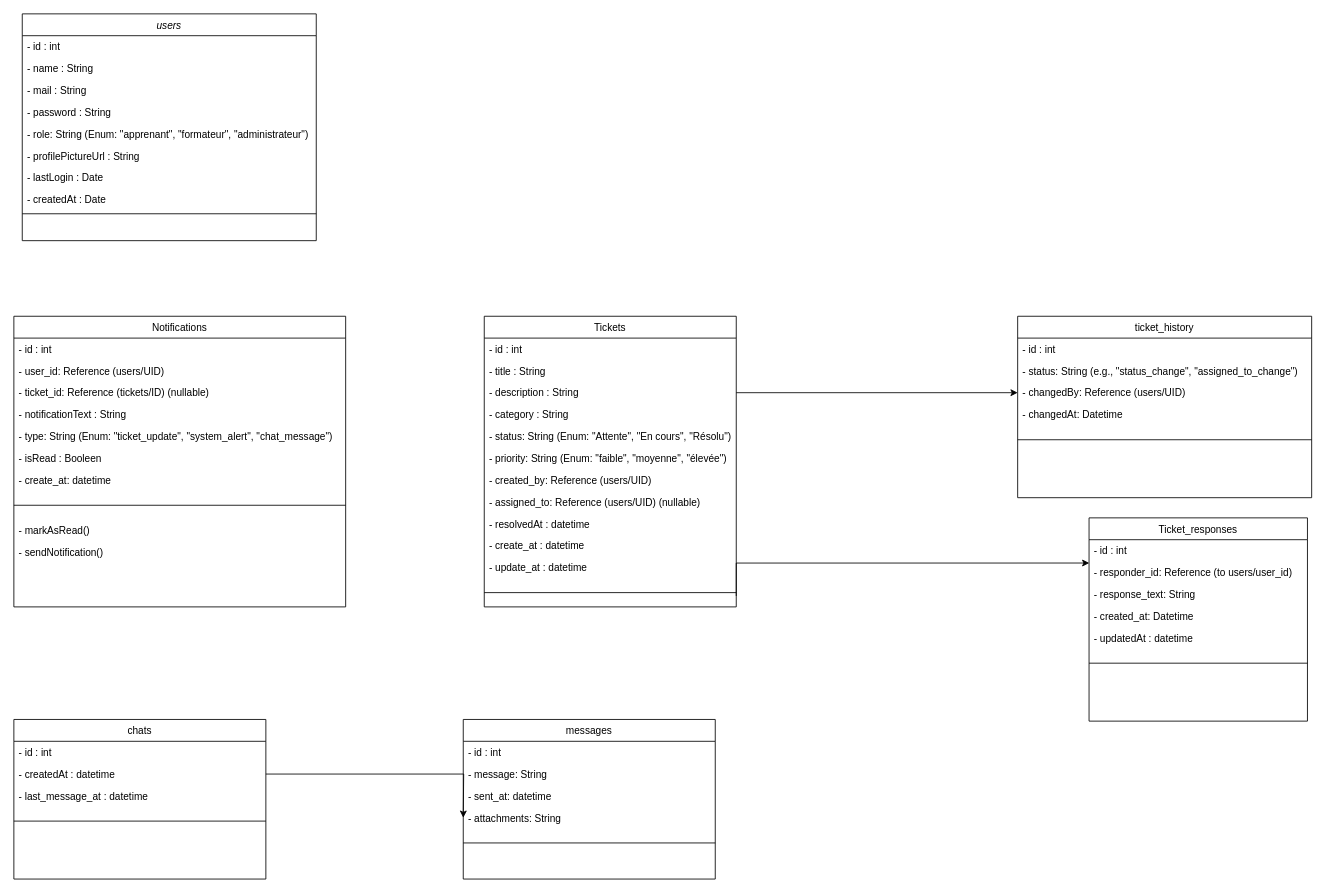
This is page "Classe" (5 of 5) of learnandconnect.drawio from reyptz/learnandconnectUML, a draw.io file, before an edit. Source tidied: cells renumbered, new cells numbered last; positions are measured from the earlier drawing's top-left corner, leaving out a move shared by most shapes. Both pictures are drawn from the tidied source at 84%, with x=0, y=0 at pixel (13, 13).
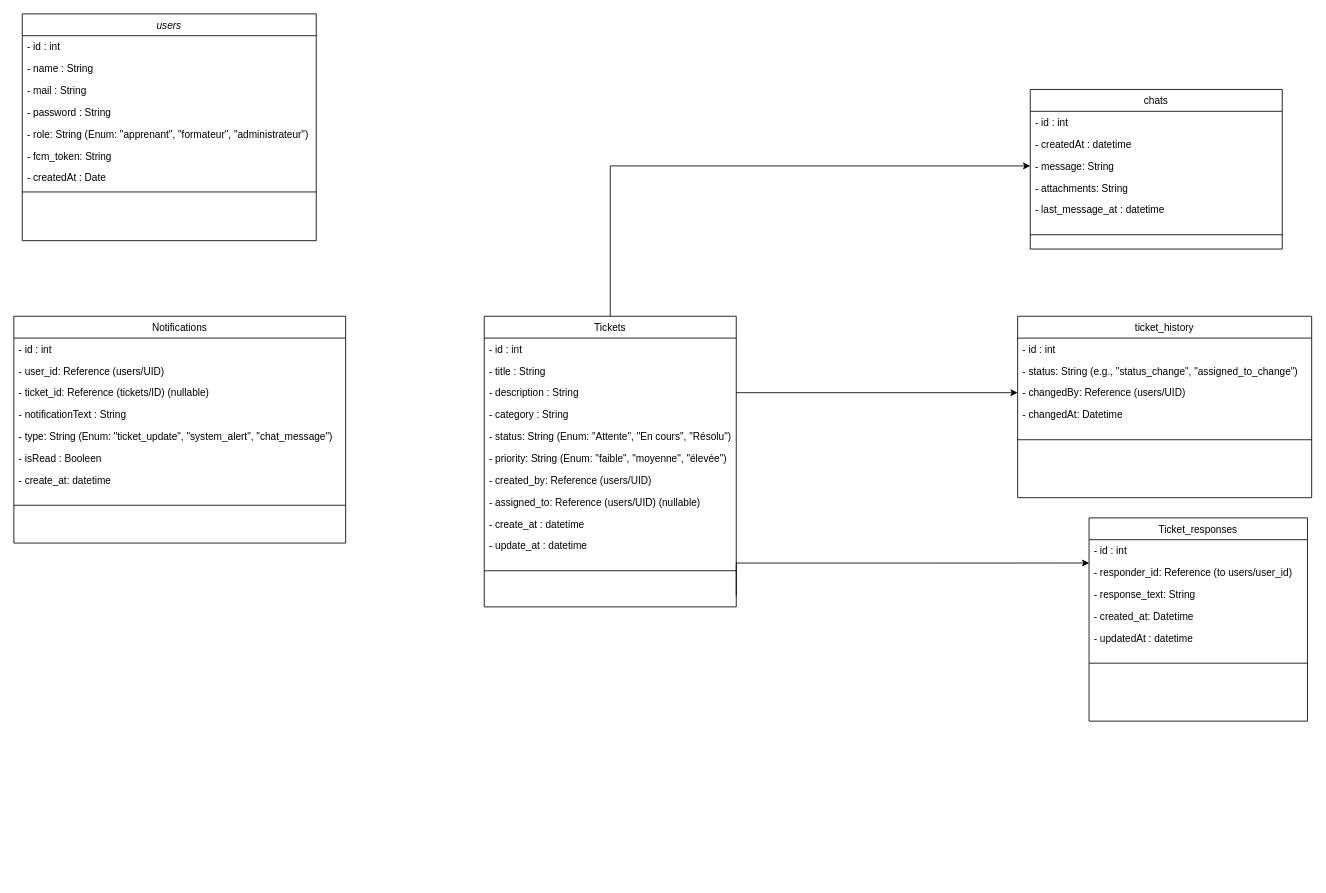
After the change.

Unchanged cells that the change refers to:
```xml
<mxCell id="2" value="users" style="swimlane;fontStyle=2;align=center;verticalAlign=top;horizontal=1;startSize=26;rounded=0;shadow=0;strokeWidth=1;" parent="1" vertex="1">
  <mxGeometry x="10" width="350" height="270" as="geometry" />
</mxCell>
<mxCell id="12" value="Tickets" style="swimlane;fontStyle=0;align=center;verticalAlign=top;horizontal=1;startSize=26;rounded=0;shadow=0;strokeWidth=1;" parent="1" vertex="1">
  <mxGeometry x="560" y="360" width="300" height="346" as="geometry" />
</mxCell>
<mxCell id="44" value="- createdAt : datetime" style="text;align=left;verticalAlign=top;spacingLeft=4;spacingRight=4;overflow=hidden;points=[[0,0.5],[1,0.5]];portConstraint=eastwest;rounded=0;shadow=0;html=0;" parent="42" vertex="1">
  <mxGeometry y="52" width="300" height="26" as="geometry" />
</mxCell>
```

Change to the diagram source:
```diff
@@
-    <mxCell id="8" value="- profilePictureUrl : String" style="text;align=left;verticalAlign=top;spacingLeft=4;spacingRight=4;overflow=hidden;rounded=0;shadow=0;html=0;" parent="2" vertex="1">
-      <mxGeometry y="156" width="350" height="26" as="geometry" />
-    </mxCell>
-    <mxCell id="9" value="- lastLogin : Date" style="text;align=left;verticalAlign=top;spacingLeft=4;spacingRight=4;overflow=hidden;rounded=0;shadow=0;html=0;" parent="2" vertex="1">
-      <mxGeometry y="182" width="350" height="26" as="geometry" />
+    <mxCell id="9" value="- fcm_token: String" style="text;align=left;verticalAlign=top;spacingLeft=4;spacingRight=4;overflow=hidden;rounded=0;shadow=0;html=0;" parent="2" vertex="1">
+      <mxGeometry y="156" width="350" height="26" as="geometry" />
     </mxCell>
     <mxCell id="10" value="- createdAt : Date" style="text;align=left;verticalAlign=top;spacingLeft=4;spacingRight=4;overflow=hidden;rounded=0;shadow=0;html=0;" parent="2" vertex="1">
-      <mxGeometry y="208" width="350" height="26" as="geometry" />
+      <mxGeometry y="182" width="350" height="26" as="geometry" />
     </mxCell>
     <mxCell id="11" style="line;html=1;strokeWidth=1;align=left;verticalAlign=middle;spacingTop=-1;spacingLeft=3;spacingRight=3;labelPosition=right;" parent="2" vertex="1">
-      <mxGeometry y="234" width="350" height="8" as="geometry" />
+      <mxGeometry y="208" width="350" height="8" as="geometry" />
     </mxCell>
+    <mxCell id="63" style="edgeStyle=orthogonalEdgeStyle;rounded=0;jettySize=auto;html=1;entryX=0;entryY=0.5;entryDx=0;entryDy=0;" parent="1" edge="1" source="12" target="49">
+      <mxGeometry relative="1" as="geometry" />
+    </mxCell>
@@
-    <mxCell id="21" value="- resolvedAt : datetime" style="text;align=left;verticalAlign=top;spacingLeft=4;spacingRight=4;overflow=hidden;rounded=0;shadow=0;html=0;" parent="12" vertex="1">
-      <mxGeometry y="234" width="300" height="26" as="geometry" />
-    </mxCell>
     <mxCell id="22" value="- create_at : datetime" style="text;align=left;verticalAlign=top;spacingLeft=4;spacingRight=4;overflow=hidden;rounded=0;shadow=0;html=0;" parent="12" vertex="1">
-      <mxGeometry y="260" width="300" height="26" as="geometry" />
+      <mxGeometry y="234" width="300" height="26" as="geometry" />
     </mxCell>
     <mxCell id="23" value="- update_at : datetime" style="text;align=left;verticalAlign=top;spacingLeft=4;spacingRight=4;overflow=hidden;rounded=0;shadow=0;html=0;" parent="12" vertex="1">
-      <mxGeometry y="286" width="300" height="26" as="geometry" />
+      <mxGeometry y="260" width="300" height="26" as="geometry" />
     </mxCell>
     <mxCell id="24" style="line;html=1;strokeWidth=1;align=left;verticalAlign=middle;spacingTop=-1;spacingLeft=3;spacingRight=3;labelPosition=right;" parent="12" vertex="1">
-      <mxGeometry y="312" width="300" height="34" as="geometry" />
+      <mxGeometry y="286" width="300" height="34" as="geometry" />
     </mxCell>
@@
     <mxCell id="31" value="Notifications" style="swimlane;fontStyle=0;align=center;verticalAlign=top;horizontal=1;startSize=26;rounded=0;shadow=0;strokeWidth=1;" parent="1" vertex="1">
-      <mxGeometry y="360" width="395" height="346" as="geometry" />
+      <mxGeometry y="360" width="395" height="270" as="geometry" />
     </mxCell>
@@
-    <mxCell id="40" value="- markAsRead()" style="text;align=left;verticalAlign=top;spacingLeft=4;spacingRight=4;overflow=hidden;rounded=0;shadow=0;html=0;" parent="31" vertex="1">
-      <mxGeometry y="242" width="395" height="26" as="geometry" />
-    </mxCell>
-    <mxCell id="41" value="- sendNotification()" style="text;align=left;verticalAlign=top;spacingLeft=4;spacingRight=4;overflow=hidden;rounded=0;shadow=0;html=0;" parent="31" vertex="1">
-      <mxGeometry y="268" width="395" height="26" as="geometry" />
-    </mxCell>
     <mxCell id="42" value="chats" style="swimlane;fontStyle=0;align=center;verticalAlign=top;horizontal=1;startSize=26;rounded=0;shadow=0;strokeWidth=1;" parent="1" vertex="1">
-      <mxGeometry y="840" width="300" height="190" as="geometry" />
+      <mxGeometry x="1210" y="90" width="300" height="190" as="geometry" />
     </mxCell>
@@
+    <mxCell id="49" value="- message: String" style="text;align=left;verticalAlign=top;spacingLeft=4;spacingRight=4;overflow=hidden;points=[[0,0.5],[1,0.5]];portConstraint=eastwest;rounded=0;shadow=0;html=0;" parent="42" vertex="1">
+      <mxGeometry y="78" width="300" height="26" as="geometry" />
+    </mxCell>
+    <mxCell id="51" value="- attachments: String" style="text;align=left;verticalAlign=top;spacingLeft=4;spacingRight=4;overflow=hidden;rounded=0;shadow=0;html=0;" parent="42" vertex="1">
+      <mxGeometry y="104" width="300" height="26" as="geometry" />
+    </mxCell>
     <mxCell id="45" value="- last_message_at : datetime" style="text;align=left;verticalAlign=top;spacingLeft=4;spacingRight=4;overflow=hidden;rounded=0;shadow=0;html=0;" parent="42" vertex="1">
-      <mxGeometry y="78" width="300" height="26" as="geometry" />
+      <mxGeometry y="130" width="300" height="26" as="geometry" />
     </mxCell>
     <mxCell id="46" style="line;html=1;strokeWidth=1;align=left;verticalAlign=middle;spacingTop=-1;spacingLeft=3;spacingRight=3;labelPosition=right;" parent="42" vertex="1">
-      <mxGeometry y="104" width="300" height="34" as="geometry" />
+      <mxGeometry y="156" width="300" height="34" as="geometry" />
     </mxCell>
-    <mxCell id="47" value="messages" style="swimlane;fontStyle=0;align=center;verticalAlign=top;horizontal=1;startSize=26;rounded=0;shadow=0;strokeWidth=1;" parent="1" vertex="1">
-      <mxGeometry x="535" y="840" width="300" height="190" as="geometry" />
-    </mxCell>
-    <mxCell id="48" value="- id : int" style="text;align=left;verticalAlign=top;spacingLeft=4;spacingRight=4;overflow=hidden;" parent="47" vertex="1">
-      <mxGeometry y="26" width="300" height="26" as="geometry" />
-    </mxCell>
-    <mxCell id="49" value="- message: String" style="text;align=left;verticalAlign=top;spacingLeft=4;spacingRight=4;overflow=hidden;points=[[0,0.5],[1,0.5]];portConstraint=eastwest;rounded=0;shadow=0;html=0;" parent="47" vertex="1">
-      <mxGeometry y="52" width="300" height="26" as="geometry" />
-    </mxCell>
-    <mxCell id="50" value="- sent_at: datetime" style="text;align=left;verticalAlign=top;spacingLeft=4;spacingRight=4;overflow=hidden;rounded=0;shadow=0;html=0;" parent="47" vertex="1">
-      <mxGeometry y="78" width="300" height="26" as="geometry" />
-    </mxCell>
-    <mxCell id="51" value="- attachments: String" style="text;align=left;verticalAlign=top;spacingLeft=4;spacingRight=4;overflow=hidden;rounded=0;shadow=0;html=0;" parent="47" vertex="1">
-      <mxGeometry y="104" width="300" height="26" as="geometry" />
-    </mxCell>
-    <mxCell id="52" style="line;html=1;strokeWidth=1;align=left;verticalAlign=middle;spacingTop=-1;spacingLeft=3;spacingRight=3;labelPosition=right;" parent="47" vertex="1">
-      <mxGeometry y="130" width="300" height="34" as="geometry" />
-    </mxCell>
@@
-    <mxCell id="60" style="edgeStyle=orthogonalEdgeStyle;rounded=0;jettySize=auto;html=1;entryX=0;entryY=0.5;entryDx=0;entryDy=0;" parent="1" edge="1" source="44">
-      <mxGeometry relative="1" as="geometry">
-        <mxPoint x="535" y="957" as="targetPoint" />
-      </mxGeometry>
-    </mxCell>
```
